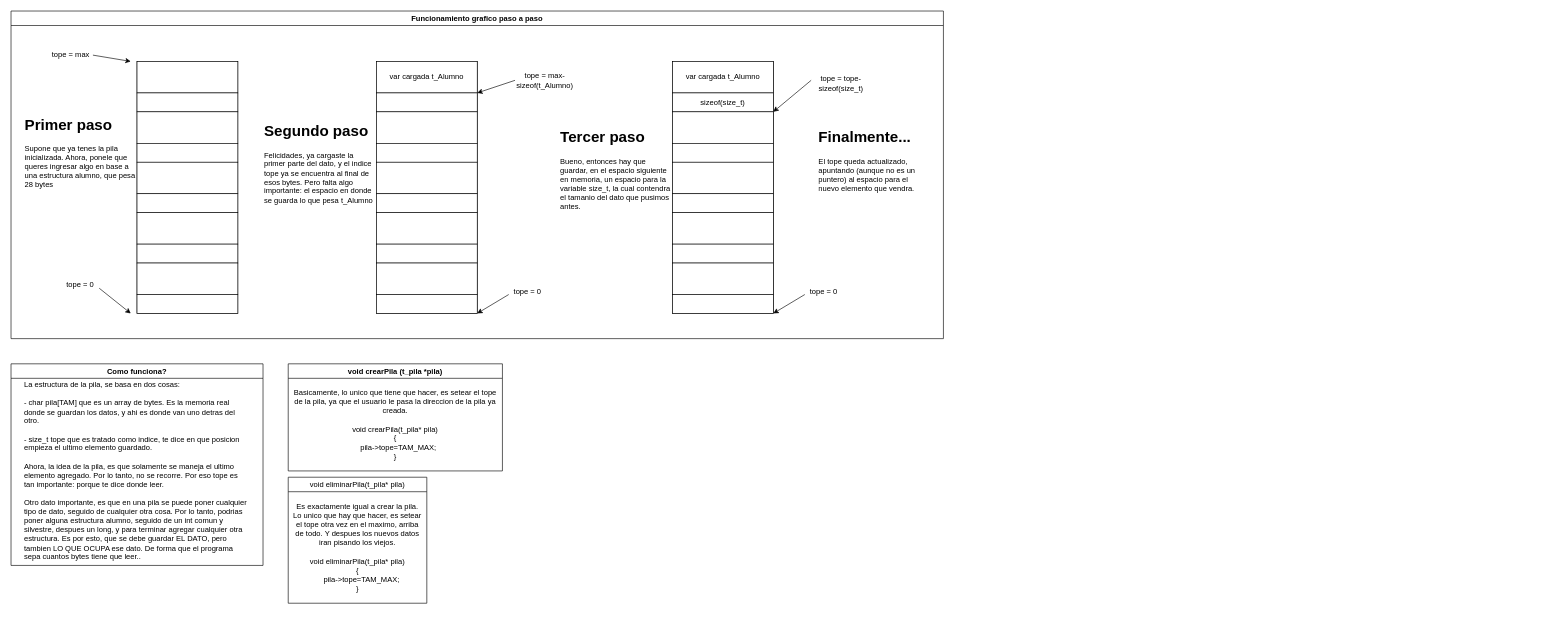
Above: Pilas/estatica/Explicacion Pila estatica.drawio in MussiAgus/Algoritmo-y-estructuras-de-datos (draw.io), before the change. Source tidied: cells renumbered, new cells numbered last; positions are measured from the earlier drawing's top-left corner, leaving out a move shared by most shapes. Both pictures are drawn from the tidied source at 63%, with x=0, y=0 at pixel (11, 11).
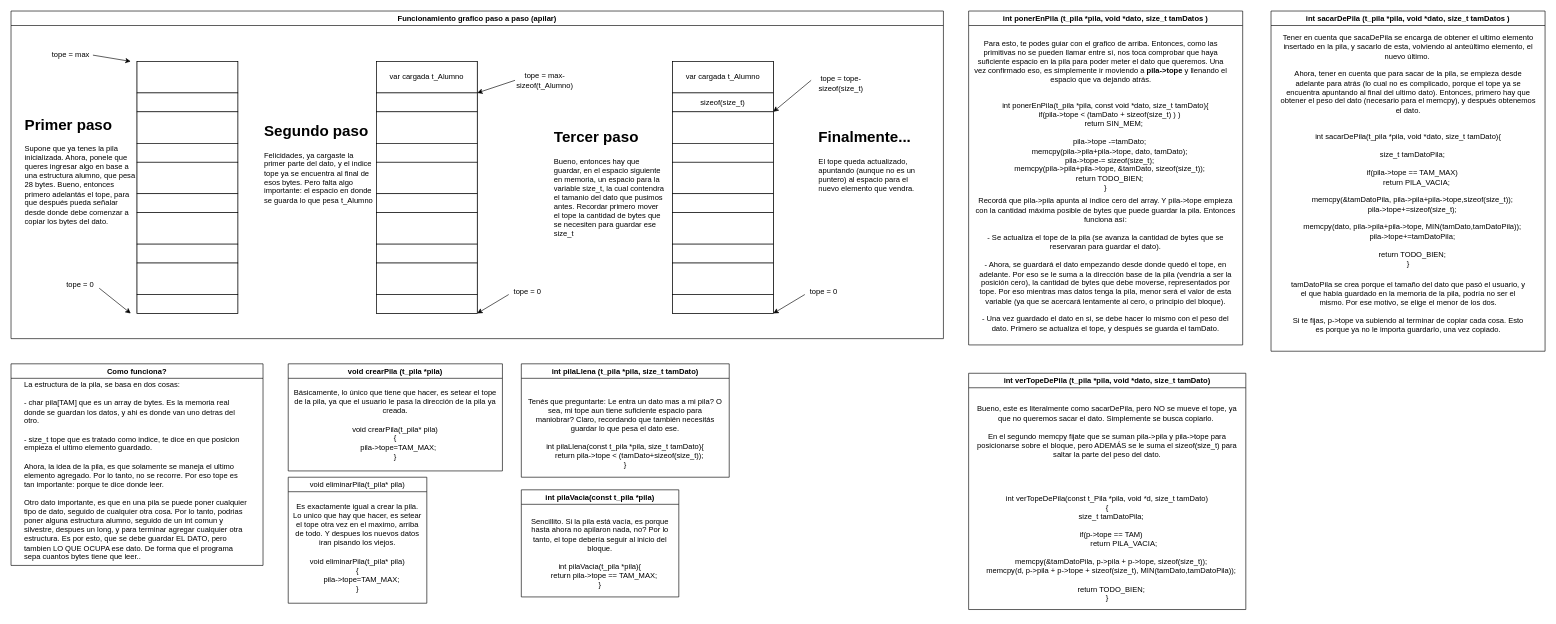
After the change.

Commit message (it also covers changes not shown here):
Agregado de explicacion Pila Estatica

The change refers to these unchanged cells:
```xml
<mxCell id="54" value="&lt;b&gt;void crearPila (t_pila *pila)&lt;/b&gt;" style="swimlane;whiteSpace=wrap;html=1;" parent="1" vertex="1">
  <mxGeometry x="440" y="560" width="340" height="170" as="geometry" />
</mxCell>
<mxCell id="57" value="&lt;span style=&quot;font-weight: 400;&quot;&gt;void eliminarPila(t_pila* pila)&lt;/span&gt;" style="swimlane;whiteSpace=wrap;html=1;" parent="1" vertex="1">
  <mxGeometry x="440" y="740" width="220" height="200" as="geometry" />
</mxCell>
```

Diff of the diagram source:
```diff
@@
-    <mxCell id="4" value="Funcionamiento grafico paso a paso" style="swimlane;whiteSpace=wrap;html=1;" parent="1" vertex="1">
+    <mxCell id="4" value="Funcionamiento grafico paso a paso (apilar)" style="swimlane;whiteSpace=wrap;html=1;" parent="1" vertex="1">
       <mxGeometry width="1480" height="520" as="geometry" />
     </mxCell>
@@
-    <mxCell id="20" value="&lt;h1 style=&quot;margin-top: 0px;&quot;&gt;Primer paso&lt;/h1&gt;&lt;div&gt;Supone que ya tenes la pila inicializada. Ahora, ponele que queres ingresar algo en base a una estructura alumno, que pesa 28 bytes&lt;/div&gt;" style="text;html=1;whiteSpace=wrap;overflow=hidden;rounded=0;" parent="4" vertex="1">
-      <mxGeometry x="20" y="160" width="180" height="120" as="geometry" />
+    <mxCell id="20" value="&lt;h1 style=&quot;margin-top: 0px;&quot;&gt;Primer paso&lt;/h1&gt;&lt;div&gt;Supone que ya tenes la pila inicializada. Ahora, ponele que queres ingresar algo en base a una estructura alumno, que pesa 28 bytes. Bueno, entonces primero adelantás el tope, para que después pueda señalar desde donde debe comenzar a copiar los bytes del dato.&lt;/div&gt;" style="text;html=1;whiteSpace=wrap;overflow=hidden;rounded=0;" parent="4" vertex="1">
+      <mxGeometry x="20" y="160" width="180" height="190" as="geometry" />
     </mxCell>
@@
-    <mxCell id="52" value="&lt;h1 style=&quot;margin-top: 0px;&quot;&gt;Tercer paso&lt;/h1&gt;&lt;p&gt;Bueno, entonces hay que guardar, en el espacio siguiente en memoria, un espacio para la variable size_t, la cual contendra el tamanio del dato que pusimos antes.&lt;/p&gt;" style="text;html=1;whiteSpace=wrap;overflow=hidden;rounded=0;" parent="4" vertex="1">
-      <mxGeometry x="870" y="180" width="180" height="150" as="geometry" />
+    <mxCell id="52" value="&lt;h1 style=&quot;margin-top: 0px;&quot;&gt;Tercer paso&lt;/h1&gt;&lt;p&gt;Bueno, entonces hay que guardar, en el espacio siguiente en memoria, un espacio para la variable size_t, la cual contendra el tamanio del dato que pusimos antes. Recordar primero mover el tope la cantidad de bytes que se necesiten para guardar ese size_t&lt;/p&gt;" style="text;html=1;whiteSpace=wrap;overflow=hidden;rounded=0;" parent="4" vertex="1">
+      <mxGeometry x="860" y="180" width="180" height="190" as="geometry" />
     </mxCell>
@@
-    <mxCell id="55" value="Basicamente, lo unico que tiene que hacer, es setear el tope de la pila, ya que el usuario le pasa la direccion de la pila ya creada." style="text;html=1;whiteSpace=wrap;strokeColor=none;fillColor=none;align=center;verticalAlign=middle;rounded=0;" parent="54" vertex="1">
+    <mxCell id="55" value="Básicamente, lo único que tiene que hacer, es setear el tope de la pila, ya que el usuario le pasa la dirección de la pila ya creada." style="text;html=1;whiteSpace=wrap;strokeColor=none;fillColor=none;align=center;verticalAlign=middle;rounded=0;" parent="54" vertex="1">
       <mxGeometry y="30" width="340" height="60" as="geometry" />
     </mxCell>
-    <mxCell id="56" value="&lt;div&gt;void crearPila(t_pila* pila)&lt;/div&gt;&lt;div&gt;{&lt;/div&gt;&lt;div&gt;&amp;nbsp; &amp;nbsp; pila-&amp;gt;tope=TAM_MAX;&amp;nbsp;&lt;/div&gt;&lt;div&gt;&lt;span style=&quot;background-color: transparent; color: light-dark(rgb(0, 0, 0), rgb(255, 255, 255));&quot;&gt;}&lt;/span&gt;&lt;/div&gt;" style="text;html=1;whiteSpace=wrap;strokeColor=none;fillColor=none;align=center;verticalAlign=middle;rounded=0;" parent="54" vertex="1">
+    <mxCell id="56" value="&lt;div&gt;&lt;font style=&quot;color: light-dark(rgb(0, 0, 0), rgb(255, 217, 102));&quot;&gt;void crearPila(t_pila* pila)&lt;/font&gt;&lt;/div&gt;&lt;div&gt;&lt;font style=&quot;color: light-dark(rgb(0, 0, 0), rgb(255, 217, 102));&quot;&gt;{&lt;/font&gt;&lt;/div&gt;&lt;div&gt;&lt;font style=&quot;color: light-dark(rgb(0, 0, 0), rgb(255, 217, 102));&quot;&gt;&amp;nbsp; &amp;nbsp; pila-&amp;gt;tope=TAM_MAX;&amp;nbsp;&lt;/font&gt;&lt;/div&gt;&lt;div&gt;&lt;span style=&quot;background-color: transparent;&quot;&gt;&lt;font style=&quot;color: light-dark(rgb(0, 0, 0), rgb(255, 217, 102));&quot;&gt;}&lt;/font&gt;&lt;/span&gt;&lt;/div&gt;" style="text;html=1;whiteSpace=wrap;strokeColor=none;fillColor=none;align=center;verticalAlign=middle;rounded=0;" parent="54" vertex="1">
       <mxGeometry y="90" width="340" height="70" as="geometry" />
     </mxCell>
@@
-    <mxCell id="59" value="&lt;div&gt;void eliminarPila(t_pila* pila)&lt;/div&gt;&lt;div&gt;{&lt;/div&gt;&lt;div&gt;&amp;nbsp; &amp;nbsp; pila-&amp;gt;tope=TAM_MAX;&lt;/div&gt;&lt;div&gt;}&lt;/div&gt;" style="text;html=1;whiteSpace=wrap;strokeColor=none;fillColor=none;align=center;verticalAlign=middle;rounded=0;" parent="57" vertex="1">
+    <mxCell id="59" value="&lt;div&gt;&lt;font style=&quot;color: light-dark(rgb(0, 0, 0), rgb(255, 217, 102));&quot;&gt;void eliminarPila(t_pila* pila)&lt;/font&gt;&lt;/div&gt;&lt;div&gt;&lt;font style=&quot;color: light-dark(rgb(0, 0, 0), rgb(255, 217, 102));&quot;&gt;{&lt;/font&gt;&lt;/div&gt;&lt;div&gt;&lt;font style=&quot;color: light-dark(rgb(0, 0, 0), rgb(255, 217, 102));&quot;&gt;&amp;nbsp; &amp;nbsp; pila-&amp;gt;tope=TAM_MAX;&lt;/font&gt;&lt;/div&gt;&lt;div&gt;&lt;font style=&quot;color: light-dark(rgb(0, 0, 0), rgb(255, 217, 102));&quot;&gt;}&lt;/font&gt;&lt;/div&gt;" style="text;html=1;whiteSpace=wrap;strokeColor=none;fillColor=none;align=center;verticalAlign=middle;rounded=0;" parent="57" vertex="1">
       <mxGeometry y="110" width="220" height="90" as="geometry" />
     </mxCell>
+    <mxCell id="60" value="int pilaLlena (t_pila *pila, size_t tamDato)" style="swimlane;whiteSpace=wrap;html=1;" parent="1" vertex="1">
+      <mxGeometry x="810" y="560" width="330" height="180" as="geometry" />
+    </mxCell>
+    <mxCell id="61" value="Tenés que preguntarte: Le entra un dato mas a mi pila? O sea, mi tope aun tiene suficiente espacio para maniobrar? Claro, recordando que también necesitás guardar lo que pesa el dato ese.&lt;div&gt;&lt;br&gt;&lt;/div&gt;&lt;div&gt;&lt;div&gt;&lt;font style=&quot;color: light-dark(rgb(0, 0, 0), rgb(255, 217, 102));&quot;&gt;int pilaLlena(const t_pila *pila, size_t tamDato){&lt;/font&gt;&lt;/div&gt;&lt;div&gt;&lt;font style=&quot;color: light-dark(rgb(0, 0, 0), rgb(255, 217, 102));&quot;&gt;&amp;nbsp; &amp;nbsp; return pila-&amp;gt;tope &amp;lt; (tamDato+sizeof(size_t));&lt;/font&gt;&lt;/div&gt;&lt;div&gt;&lt;font style=&quot;color: light-dark(rgb(0, 0, 0), rgb(255, 217, 102));&quot;&gt;}&lt;/font&gt;&lt;/div&gt;&lt;/div&gt;" style="text;html=1;whiteSpace=wrap;strokeColor=none;fillColor=none;align=center;verticalAlign=middle;rounded=0;" parent="60" vertex="1">
+      <mxGeometry x="10" y="30" width="310" height="160" as="geometry" />
+    </mxCell>
+    <mxCell id="62" value="int pilaVacia(const t_pila *pila)" style="swimlane;whiteSpace=wrap;html=1;" parent="1" vertex="1">
+      <mxGeometry x="810" y="760" width="250" height="170" as="geometry" />
+    </mxCell>
+    <mxCell id="63" value="Sencillito. Si la pila está vacía, es porque hasta ahora no apilaron nada, no? Por lo tanto, el tope debería seguir al inicio del bloque.&lt;div&gt;&lt;br&gt;&lt;/div&gt;&lt;div&gt;&lt;div&gt;&lt;font style=&quot;color: light-dark(rgb(0, 0, 0), rgb(255, 217, 102));&quot;&gt;int pilaVacia(t_pila *pila){&lt;/font&gt;&lt;/div&gt;&lt;div&gt;&lt;font style=&quot;color: light-dark(rgb(0, 0, 0), rgb(255, 217, 102));&quot;&gt;&amp;nbsp; &amp;nbsp; return pila-&amp;gt;tope == TAM_MAX;&lt;/font&gt;&lt;/div&gt;&lt;div&gt;&lt;font style=&quot;color: light-dark(rgb(0, 0, 0), rgb(255, 217, 102));&quot;&gt;}&lt;/font&gt;&lt;/div&gt;&lt;/div&gt;" style="text;html=1;whiteSpace=wrap;strokeColor=none;fillColor=none;align=center;verticalAlign=middle;rounded=0;" parent="62" vertex="1">
+      <mxGeometry x="10" y="30" width="230" height="140" as="geometry" />
+    </mxCell>
+    <mxCell id="64" value="int ponerEnPila (t_pila *pila, void *dato, size_t tamDatos )" style="swimlane;whiteSpace=wrap;html=1;" parent="1" vertex="1">
+      <mxGeometry x="1520" width="435" height="530" as="geometry" />
+    </mxCell>
+    <mxCell id="65" value="Para esto, te podes guiar con el grafico de arriba. Entonces, como las primitivas no se pueden llamar entre sí, nos toca comprobar que haya suficiente espacio en la pila para poder meter el dato que queremos. Una vez confirmado eso, es simplemente ir moviendo a &lt;b&gt;pila-&amp;gt;tope&lt;/b&gt; y llenando el espacio que va dejando atrás." style="text;html=1;whiteSpace=wrap;strokeColor=none;fillColor=none;align=center;verticalAlign=middle;rounded=0;" parent="64" vertex="1">
+      <mxGeometry x="5" y="30" width="410" height="100" as="geometry" />
+    </mxCell>
+    <mxCell id="66" value="&lt;font style=&quot;color: light-dark(rgb(0, 0, 0), rgb(255, 217, 102));&quot;&gt;int ponerEnPila(t_pila *pila, const void *dato, size_t tamDato){&lt;br&gt;&amp;nbsp; &amp;nbsp; if(pila-&amp;gt;tope &amp;lt; (tamDato + sizeof(size_t) ) )&lt;br&gt;&amp;nbsp; &amp;nbsp; &amp;nbsp; &amp;nbsp; return SIN_MEM;&lt;br&gt;&lt;br&gt;&amp;nbsp; &amp;nbsp; pila-&amp;gt;tope -=tamDato;&lt;br&gt;&amp;nbsp; &amp;nbsp; memcpy(pila-&amp;gt;pila+pila-&amp;gt;tope, dato, tamDato);&lt;br&gt;&amp;nbsp; &amp;nbsp; pila-&amp;gt;tope-= sizeof(size_t);&lt;br&gt;&amp;nbsp; &amp;nbsp; memcpy(pila-&amp;gt;pila+pila-&amp;gt;tope, &amp;amp;tamDato, sizeof(size_t));&lt;br&gt;&amp;nbsp; &amp;nbsp; return TODO_BIEN;&lt;br&gt;}&lt;/font&gt;" style="text;html=1;whiteSpace=wrap;strokeColor=none;fillColor=none;align=center;verticalAlign=middle;rounded=0;" parent="64" vertex="1">
+      <mxGeometry x="10" y="120" width="415" height="190" as="geometry" />
+    </mxCell>
+    <mxCell id="67" value="Recordá que pila-&amp;gt;pila apunta al índice cero del array. Y pila-&amp;gt;tope empieza con la cantidad máxima posible de bytes que puede guardar la pila. Entonces funciona así:&lt;div&gt;&lt;br&gt;&lt;/div&gt;&lt;div&gt;- Se actualiza el tope de la pila (se avanza la cantidad de bytes que se reservaran para guardar el dato).&lt;/div&gt;&lt;div&gt;&lt;br&gt;&lt;/div&gt;&lt;div&gt;- Ahora, se guardará el dato empezando desde donde quedó el tope, en adelante. Por eso se le suma a la dirección base de la pila (vendría a ser la posición cero), la cantidad de bytes que debe moverse, representados por tope. Por eso mientras mas datos tenga la pila, menor será el valor de esta variable (ya que se acercará lentamente al cero, o principio del bloque).&lt;/div&gt;&lt;div&gt;&lt;br&gt;&lt;/div&gt;&lt;div&gt;- Una vez guardado el dato en si, se debe hacer lo mismo con el peso del dato. Primero se actualiza el tope, y después se guarda el tamDato.&lt;/div&gt;&lt;div&gt;&lt;br&gt;&lt;/div&gt;" style="text;html=1;whiteSpace=wrap;strokeColor=none;fillColor=none;align=center;verticalAlign=middle;rounded=0;" parent="64" vertex="1">
+      <mxGeometry x="10" y="300" width="415" height="220" as="geometry" />
+    </mxCell>
+    <mxCell id="68" value="int sacarDePila (t_pila *pila, void *dato, size_t tamDatos )" style="swimlane;whiteSpace=wrap;html=1;" parent="1" vertex="1">
+      <mxGeometry x="2000" width="435" height="540" as="geometry" />
+    </mxCell>
+    <mxCell id="69" value="&lt;div&gt;Tener en cuenta que sacaDePila se encarga de obtener el ultimo elemento insertado en la pila, y sacarlo de esta, volviendo al anteúltimo elemento, el nuevo último.&amp;nbsp;&lt;/div&gt;&lt;div&gt;&lt;br&gt;&lt;/div&gt;Ahora, tener en cuenta que para sacar de la pila, se empieza desde adelante para atrás (lo cual no es complicado, porque el tope ya se encuentra apuntando al final del ultimo dato). Entonces, primero hay que obtener el peso del dato (necesario para el memcpy), y después obtenemos el dato." style="text;html=1;whiteSpace=wrap;strokeColor=none;fillColor=none;align=center;verticalAlign=middle;rounded=0;" parent="68" vertex="1">
+      <mxGeometry x="12.5" y="30" width="410" height="140" as="geometry" />
+    </mxCell>
+    <mxCell id="70" value="&lt;font style=&quot;color: light-dark(rgb(0, 0, 0), rgb(255, 217, 102));&quot;&gt;int sacarDePila(t_pila *pila, void *dato, size_t tamDato){&lt;br&gt;&amp;nbsp; &amp;nbsp;&amp;nbsp;&lt;br&gt;&amp;nbsp; &amp;nbsp; size_t tamDatoPila;&lt;br&gt;&amp;nbsp; &amp;nbsp;&amp;nbsp;&lt;br&gt;&amp;nbsp; &amp;nbsp; if(pila-&amp;gt;tope == TAM_MAX)&lt;br&gt;&amp;nbsp; &amp;nbsp; &amp;nbsp; &amp;nbsp; return PILA_VACIA;&lt;br&gt;&amp;nbsp; &amp;nbsp;&amp;nbsp;&lt;br&gt;&amp;nbsp; &amp;nbsp; memcpy(&amp;amp;tamDatoPila, pila-&amp;gt;pila+pila-&amp;gt;tope,sizeof(size_t));&lt;br&gt;&amp;nbsp; &amp;nbsp; pila-&amp;gt;tope+=sizeof(size_t);&lt;br&gt;&amp;nbsp; &amp;nbsp;&amp;nbsp;&lt;br&gt;&amp;nbsp; &amp;nbsp; memcpy(dato, pila-&amp;gt;pila+pila-&amp;gt;tope, MIN(tamDato,tamDatoPila));&lt;br&gt;&amp;nbsp; &amp;nbsp; pila-&amp;gt;tope+=tamDatoPila;&lt;br&gt;&amp;nbsp; &amp;nbsp;&amp;nbsp;&lt;br&gt;&amp;nbsp; &amp;nbsp; return TODO_BIEN;&lt;br&gt;}&lt;/font&gt;" style="text;html=1;whiteSpace=wrap;strokeColor=none;fillColor=none;align=center;verticalAlign=middle;rounded=0;" parent="68" vertex="1">
+      <mxGeometry x="2.5" y="170" width="430" height="260" as="geometry" />
+    </mxCell>
+    <mxCell id="71" value="tamDatoPila se crea porque el tamaño del dato que pasó el usuario, y el que había guardado en la memoria de la pila, podría no ser el mismo. Por ese motivo, se elige el menor de los dos.&lt;div&gt;&lt;br&gt;&lt;/div&gt;&lt;div&gt;Si te fijas, p-&amp;gt;tope va subiendo al terminar de copiar cada cosa. Esto es porque ya no le importa guardarlo, una vez copiado.&lt;/div&gt;" style="text;html=1;whiteSpace=wrap;strokeColor=none;fillColor=none;align=center;verticalAlign=middle;rounded=0;" parent="68" vertex="1">
+      <mxGeometry x="27.5" y="400" width="380" height="140" as="geometry" />
+    </mxCell>
+    <mxCell id="72" value="int verTopeDePila (t_pila *pila, void *dato, size_t tamDato)" style="swimlane;whiteSpace=wrap;html=1;" parent="1" vertex="1">
+      <mxGeometry x="1520" y="575" width="440" height="375" as="geometry" />
+    </mxCell>
+    <mxCell id="73" value="&lt;font style=&quot;color: light-dark(rgb(0, 0, 0), rgb(255, 217, 102));&quot;&gt;int verTopeDePila(const t_Pila *pila, void *d, size_t tamDato)&lt;br&gt;{&lt;br&gt;&amp;nbsp; &amp;nbsp; size_t tamDatoPila;&lt;/font&gt;&lt;div&gt;&lt;font style=&quot;color: light-dark(rgb(0, 0, 0), rgb(255, 217, 102));&quot;&gt;&lt;br&gt;&amp;nbsp; &amp;nbsp; if(p-&amp;gt;tope == TAM)&lt;br&gt;&amp;nbsp; &amp;nbsp; &amp;nbsp; &amp;nbsp; &lt;span style=&quot;white-space: pre;&quot;&gt;&#9;&lt;/span&gt;return PILA_VACIA;&lt;br&gt;&amp;nbsp; &amp;nbsp; &amp;nbsp; &amp;nbsp;&amp;nbsp;&lt;br&gt;&amp;nbsp; &amp;nbsp; memcpy(&amp;amp;tamDatoPila, p-&amp;gt;pila + p-&amp;gt;tope, sizeof(size_t));&lt;br&gt;&amp;nbsp; &amp;nbsp; memcpy(d, p-&amp;gt;pila + p-&amp;gt;tope + sizeof(size_t), MIN(tamDato,tamDatoPila));&lt;br&gt;&amp;nbsp; &amp;nbsp;&amp;nbsp;&lt;br&gt;&amp;nbsp; &amp;nbsp; return TODO_BIEN;&lt;br&gt;}&lt;/font&gt;&lt;/div&gt;" style="text;html=1;whiteSpace=wrap;strokeColor=none;fillColor=none;align=center;verticalAlign=middle;rounded=0;" parent="72" vertex="1">
+      <mxGeometry x="10" y="175" width="420" height="205" as="geometry" />
+    </mxCell>
+    <mxCell id="74" value="Bueno, este es literalmente como sacarDePila, pero NO se mueve el tope, ya que no queremos sacar el dato. Simplemente se busca copiarlo.&amp;nbsp;&lt;div&gt;&lt;br&gt;&lt;/div&gt;&lt;div&gt;En el segundo memcpy fijate que se suman pila-&amp;gt;pila y pila-&amp;gt;tope para posicionarse sobre el bloque, pero ADEMÁS se le suma el sizeof(size_t) para saltar la parte del peso del dato.&lt;/div&gt;" style="text;html=1;whiteSpace=wrap;strokeColor=none;fillColor=none;align=center;verticalAlign=middle;rounded=0;" parent="72" vertex="1">
+      <mxGeometry x="10" y="25" width="420" height="135" as="geometry" />
+    </mxCell>
```
